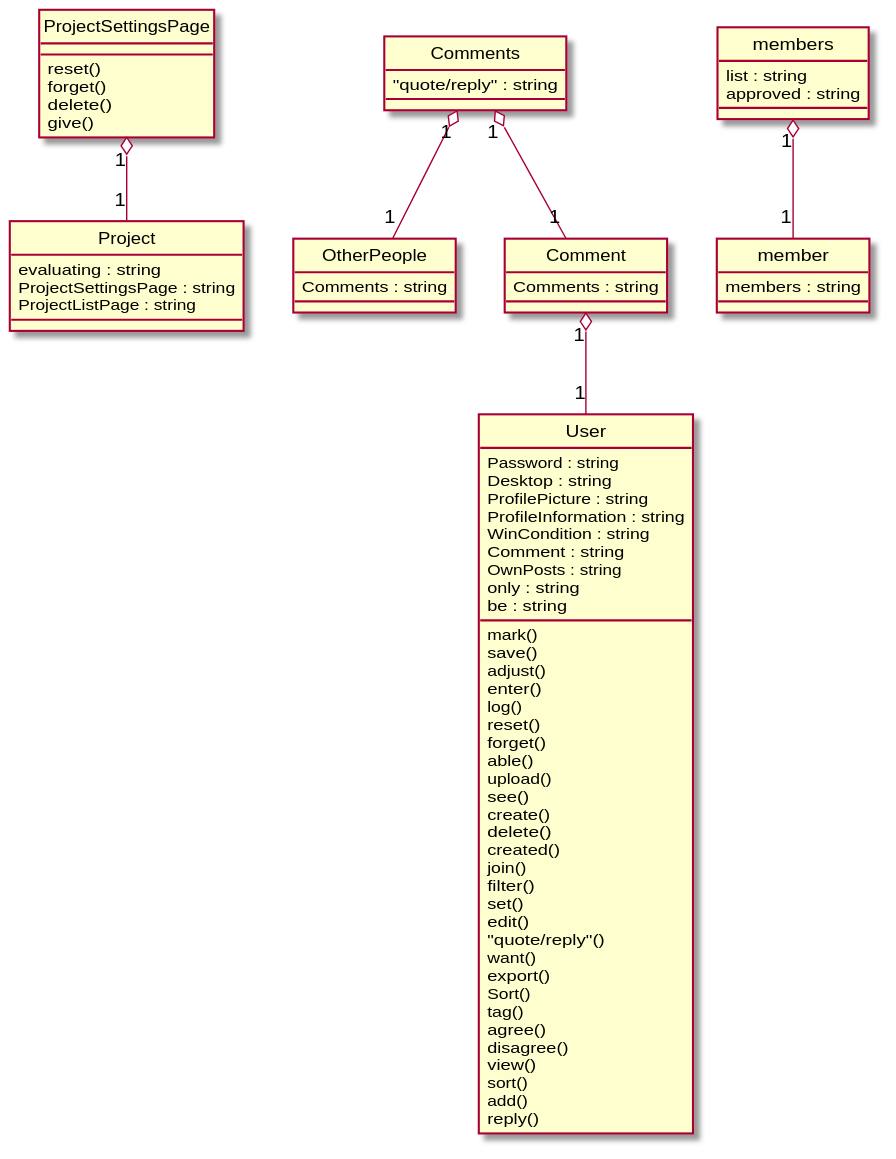
Before: Diagrams/2019-USC-Project06.svg, a diagram exported from PlantUML (xixixhalu/DomainModelExtractor). Its diagram source:
```plantuml
@startuml
hide circle
class Project {
	evaluating : string
	ProjectSettingsPage : string
	ProjectListPage : string
}
class User {
	Password : string
	Desktop : string
	ProfilePicture : string
	ProfileInformation : string
	WinCondition : string
	Comment : string
	OwnPosts : string
	only : string
	be : string
	mark()
	save()
	adjust()
	enter()
	log()
	reset()
	forget()
	able()
	upload()
	see()
	create()
	delete()
	created()
	join()
	filter()
	set()
	edit()
	"quote/reply"()
	want()
	export()
	Sort()
	tag()
	agree()
	disagree()
	view()
	sort()
	add()
	reply()
}
class Comments {
	"quote/reply" : string
}
class OtherPeople {
	Comments : string
}
class members {
	list : string
	approved : string
}
class Comment {
	Comments : string
}
class member {
	members : string
}
class ProjectSettingsPage {
	reset()
	forget()
	delete()
	give()
}
ProjectSettingsPage "1" o-- "1" Project
members "1" o-- "1" member
Comments "1" o-- "1" Comment
Comments "1" o-- "1" OtherPeople
Comment "1" o-- "1" User
@enduml
```
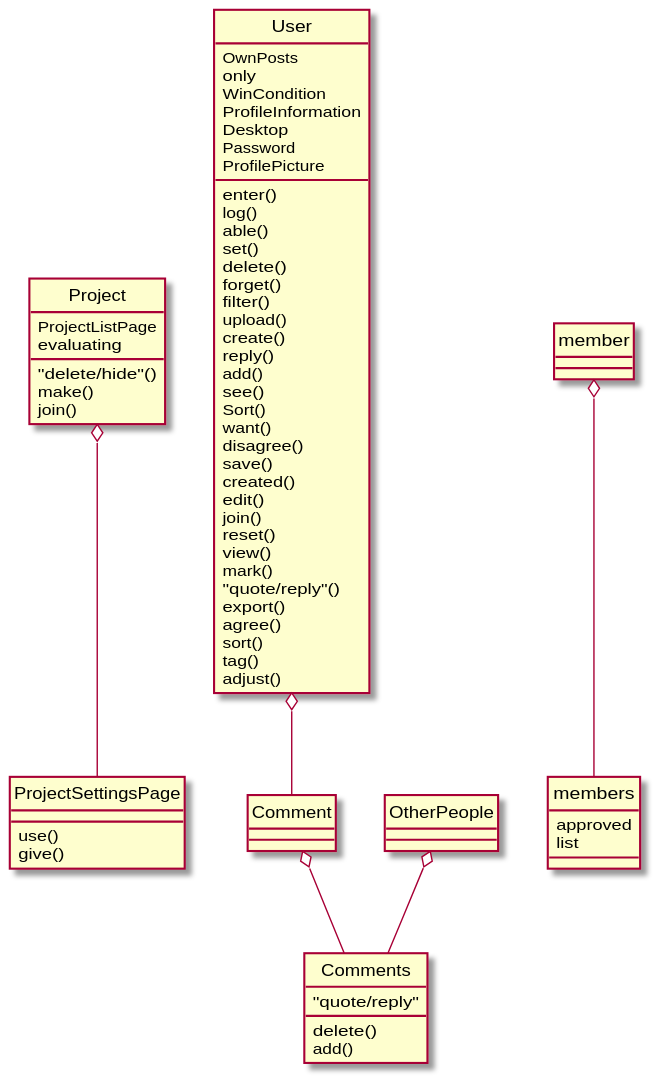
After the commit.

Change to the diagram source:
```diff
@@ -1,74 +1,71 @@
 @startuml
 hide circle
 class Project {
-	evaluating : string
-	ProjectSettingsPage : string
-	ProjectListPage : string
+	ProjectListPage
+	evaluating
+	"delete/hide"()
+	make()
+	join()
 }
 class User {
-	Password : string
-	Desktop : string
-	ProfilePicture : string
-	ProfileInformation : string
-	WinCondition : string
-	Comment : string
-	OwnPosts : string
-	only : string
-	be : string
-	mark()
-	save()
-	adjust()
+	OwnPosts
+	only
+	WinCondition
+	ProfileInformation
+	Desktop
+	Password
+	ProfilePicture
 	enter()
 	log()
+	able()
+	set()
+	delete()
+	forget()
+	filter()
+	upload()
+	create()
+	reply()
+	add()
+	see()
+	Sort()
+	want()
+	disagree()
+	save()
+	created()
+	edit()
+	join()
 	reset()
-	forget()
-	able()
-	upload()
-	see()
-	create()
-	delete()
-	created()
-	join()
-	filter()
-	set()
-	edit()
+	view()
+	mark()
 	"quote/reply"()
-	want()
 	export()
-	Sort()
+	agree()
+	sort()
 	tag()
-	agree()
-	disagree()
-	view()
-	sort()
-	add()
-	reply()
+	adjust()
 }
 class Comments {
-	"quote/reply" : string
+	"quote/reply"
+	delete()
+	add()
 }
 class OtherPeople {
-	Comments : string
 }
 class members {
-	list : string
-	approved : string
+	approved
+	list
 }
 class Comment {
-	Comments : string
 }
 class member {
-	members : string
 }
 class ProjectSettingsPage {
-	reset()
-	forget()
-	delete()
+	use()
 	give()
 }
-ProjectSettingsPage "1" o-- "1" Project
-members "1" o-- "1" member
-Comments "1" o-- "1" Comment
-Comments "1" o-- "1" OtherPeople
-Comment "1" o-- "1" User
+member o-- members
+Comment o-- Comments
+Project o-- ProjectSettingsPage
+OtherPeople o-- Comments
+User o-- Comment
 @enduml
```
